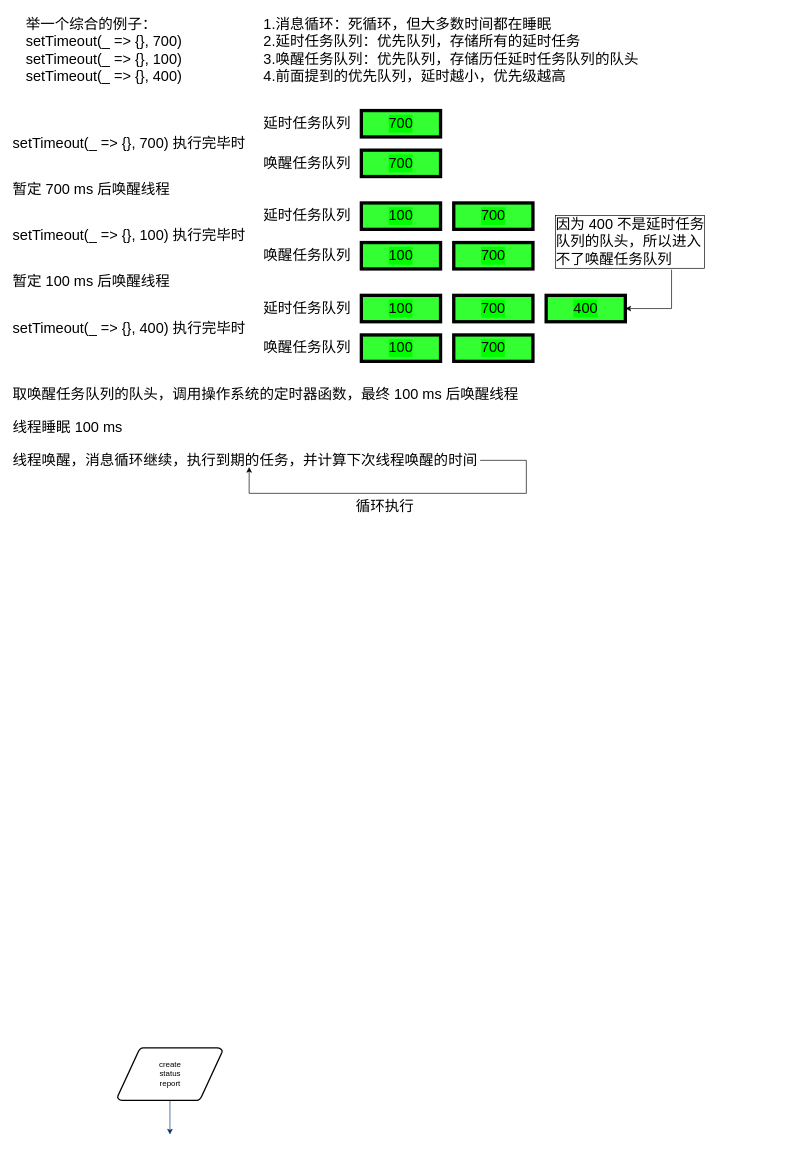
Above: assets/Untitled Diagram.drawio in xudale/blog (draw.io), before the change. Source tidied: cells renumbered, new cells numbered last; positions are measured from the earlier drawing's top-left corner, leaving out a move shared by most shapes. Both pictures are drawn from the tidied source at 66%, with x=0, y=0 at pixel (11, 11).
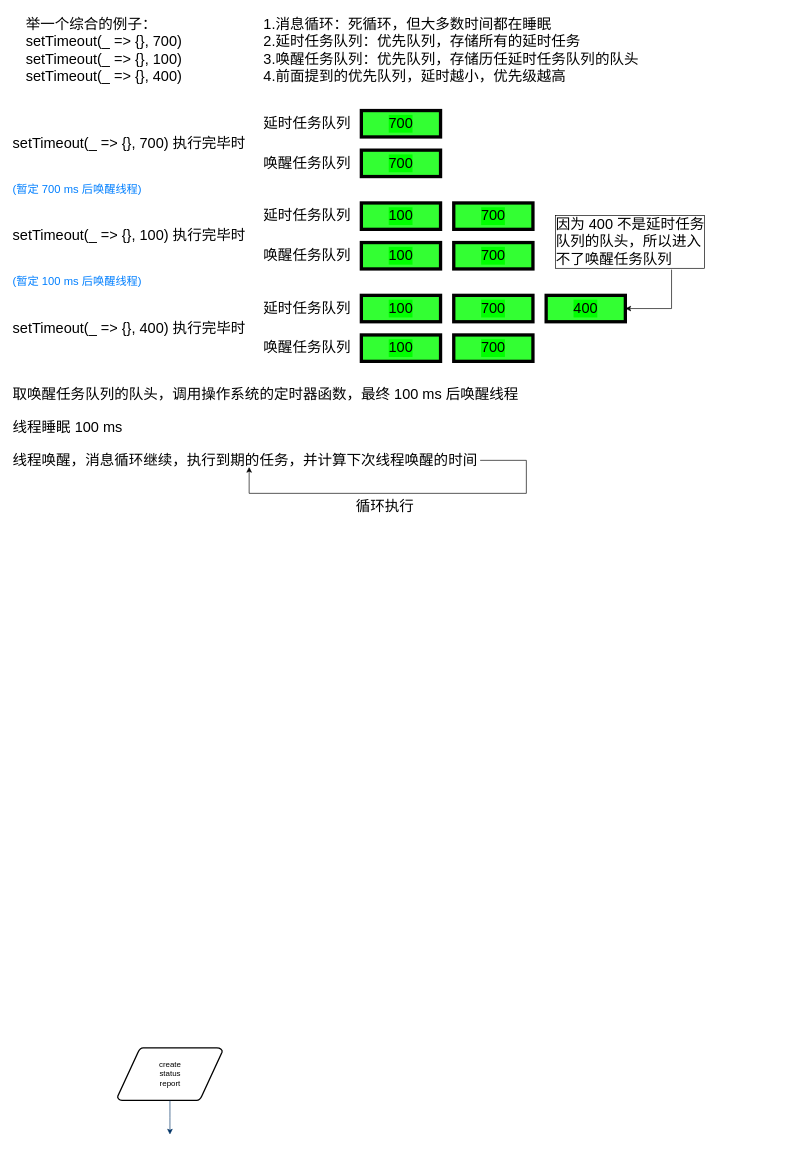
The same page after the edit.

Change to the diagram source:
```diff
@@
-    <mxCell id="36" value="暂定 700 ms 后唤醒线程" style="text;html=1;strokeColor=none;fillColor=none;align=left;verticalAlign=top;whiteSpace=wrap;rounded=0;strokeWidth=5;perimeterSpacing=1;fontSize=22;horizontal=1;" parent="1" vertex="1">
+    <mxCell id="36" value="(暂定 700 ms 后唤醒线程)" style="text;html=1;strokeColor=none;fillColor=none;align=left;verticalAlign=middle;whiteSpace=wrap;rounded=0;strokeWidth=5;perimeterSpacing=1;fontSize=17;horizontal=1;fontStyle=0;fontColor=#007FFF;" parent="1" vertex="1">
       <mxGeometry y="250" width="800" height="40" as="geometry" />
     </mxCell>
-    <mxCell id="37" value="暂定 100 ms 后唤醒线程" style="text;html=1;strokeColor=none;fillColor=none;align=left;verticalAlign=top;whiteSpace=wrap;rounded=0;strokeWidth=5;perimeterSpacing=1;fontSize=22;horizontal=1;" parent="1" vertex="1">
+    <mxCell id="37" value="(暂定 100 ms 后唤醒线程)" style="text;html=1;strokeColor=none;fillColor=none;align=left;verticalAlign=middle;whiteSpace=wrap;rounded=0;strokeWidth=5;perimeterSpacing=1;fontSize=17;horizontal=1;fontColor=#007FFF;" parent="1" vertex="1">
       <mxGeometry y="390" width="800" height="40" as="geometry" />
     </mxCell>
```
